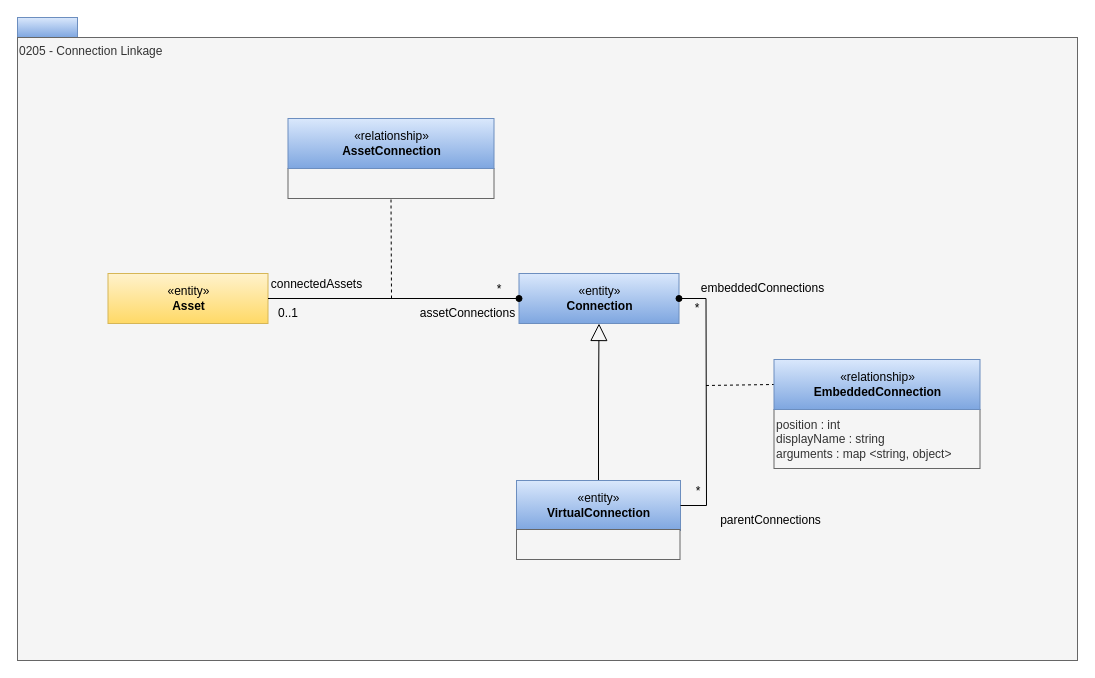
Above: page "0205-Connection-Linkage" (3 of 26) of site/docs/types/2/area-2-assets.drawio in odpi/egeria-docs (draw.io), before the change. Source tidied: cells renumbered, new cells numbered last; positions are measured from the earlier drawing's top-left corner, leaving out a move shared by most shapes. Both pictures are drawn from the tidied source at 100%, with x=0, y=0 at pixel (17, 17).
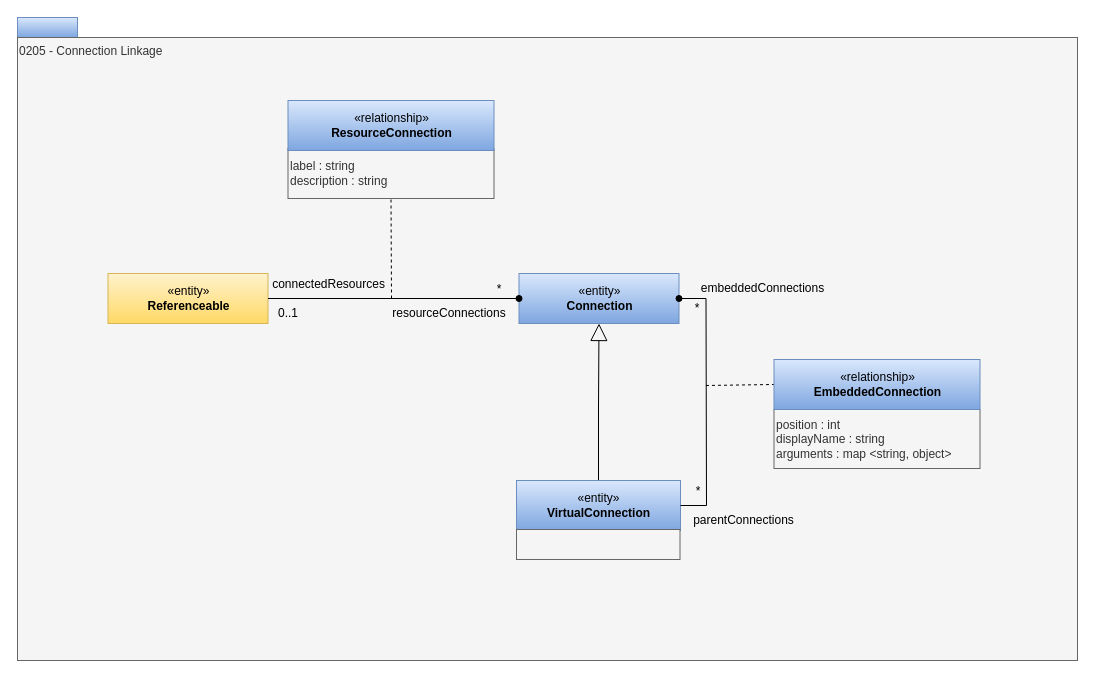
The same page after the edit.

The edit, as a diff of the source:
```diff
@@
     <mxCell id="9" value="parentConnections" style="text;html=1;strokeColor=none;fillColor=none;align=center;verticalAlign=middle;whiteSpace=wrap;rounded=0;" parent="1" vertex="1">
-      <mxGeometry x="658" y="493" width="191" height="20" as="geometry" />
+      <mxGeometry x="630.5" y="493" width="191" height="20" as="geometry" />
     </mxCell>
@@
-    <mxCell id="14" value="«entity»&lt;br&gt;&lt;b&gt;Asset&lt;/b&gt;" style="html=1;strokeColor=#d6b656;align=center;fillColor=#fff2cc;gradientColor=#ffd966;" parent="1" vertex="1">
+    <mxCell id="14" value="«entity»&lt;br&gt;&lt;b&gt;Referenceable&lt;/b&gt;" style="html=1;strokeColor=#d6b656;align=center;fillColor=#fff2cc;gradientColor=#ffd966;" parent="1" vertex="1">
       <mxGeometry x="90.5" y="256" width="160" height="50" as="geometry" />
     </mxCell>
@@
-    <mxCell id="17" value="assetConnections" style="text;html=1;strokeColor=none;fillColor=none;align=center;verticalAlign=middle;whiteSpace=wrap;rounded=0;" parent="1" vertex="1">
-      <mxGeometry x="409.5" y="286" width="81" height="20" as="geometry" />
+    <mxCell id="17" value="resourceConnections" style="text;html=1;strokeColor=none;fillColor=none;align=center;verticalAlign=middle;whiteSpace=wrap;rounded=0;" parent="1" vertex="1">
+      <mxGeometry x="387" y="286" width="89.5" height="20" as="geometry" />
     </mxCell>
-    <mxCell id="18" value="connectedAssets" style="text;html=1;strokeColor=none;fillColor=none;align=center;verticalAlign=middle;whiteSpace=wrap;rounded=0;" parent="1" vertex="1">
-      <mxGeometry x="250.5" y="257" width="96.5" height="20" as="geometry" />
+    <mxCell id="18" value="connectedResources" style="text;html=1;strokeColor=none;fillColor=none;align=center;verticalAlign=middle;whiteSpace=wrap;rounded=0;" parent="1" vertex="1">
+      <mxGeometry x="262.5" y="257" width="96.5" height="20" as="geometry" />
     </mxCell>
@@
-    <mxCell id="21" style="rounded=0;whiteSpace=wrap;html=1;strokeColor=#666666;align=left;fillColor=#f5f5f5;fontColor=#333333;" parent="1" vertex="1">
-      <mxGeometry x="270.5" y="151" width="206" height="30" as="geometry" />
+    <mxCell id="21" value="label : string&lt;div&gt;description : string&lt;/div&gt;" style="rounded=0;whiteSpace=wrap;html=1;strokeColor=#666666;align=left;fillColor=#f5f5f5;fontColor=#333333;" parent="1" vertex="1">
+      <mxGeometry x="270.5" y="131" width="206" height="50" as="geometry" />
     </mxCell>
-    <mxCell id="22" value="«relationship»&lt;br&gt;&lt;b&gt;AssetConnection&lt;/b&gt;" style="html=1;strokeColor=#6c8ebf;align=center;fillColor=#dae8fc;gradientColor=#7ea6e0;" parent="1" vertex="1">
-      <mxGeometry x="270.5" y="101" width="206" height="50" as="geometry" />
+    <mxCell id="22" value="«relationship»&lt;br&gt;&lt;b&gt;ResourceConnection&lt;/b&gt;" style="html=1;strokeColor=#6c8ebf;align=center;fillColor=#dae8fc;gradientColor=#7ea6e0;" parent="1" vertex="1">
+      <mxGeometry x="270.5" y="83" width="206" height="50" as="geometry" />
     </mxCell>
```
